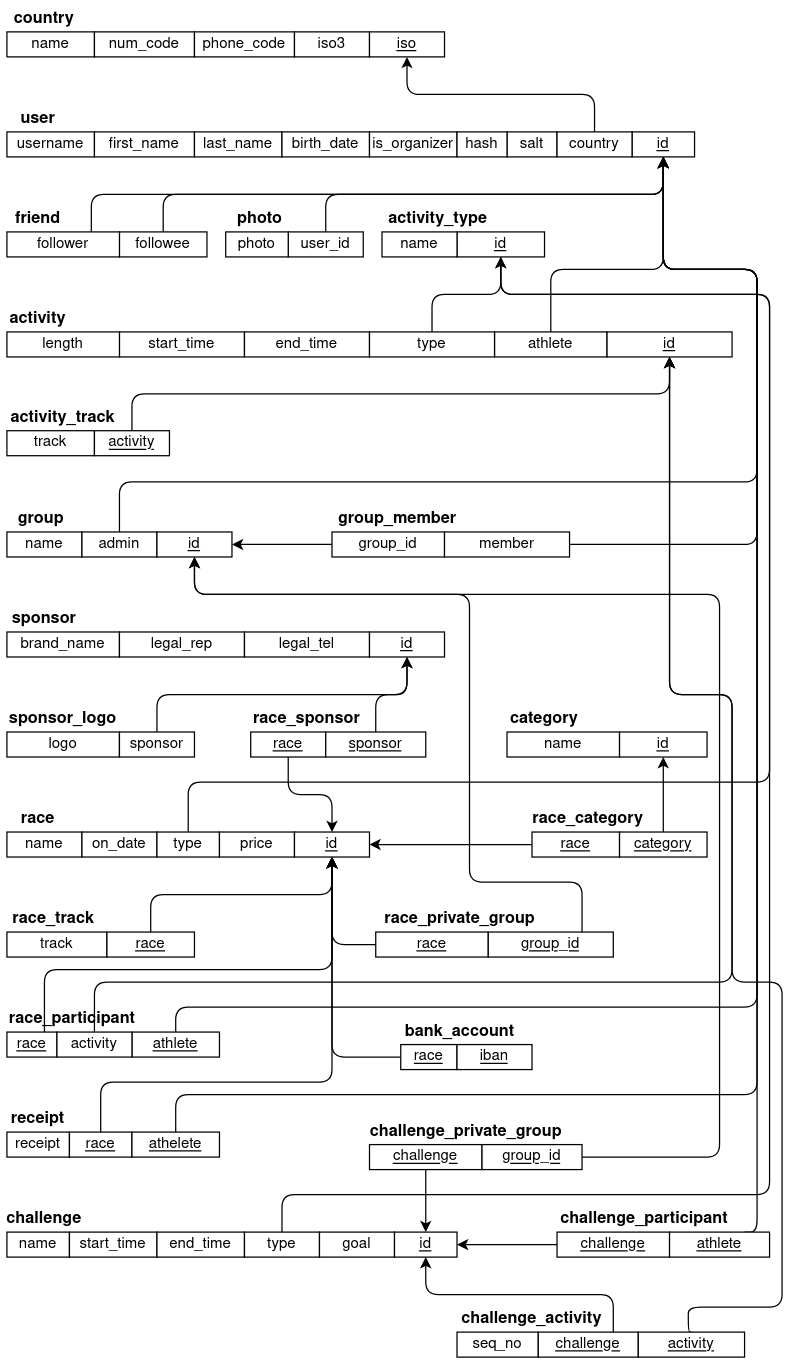
Earlier version of the draw.io export docs/imgs/diagramas-Relacional.png (itcr3442/CE3101-StraviaTec). Source tidied: cells renumbered, new cells last; positions are measured from the earlier drawing's top-left corner, leaving out a move shared by most shapes.
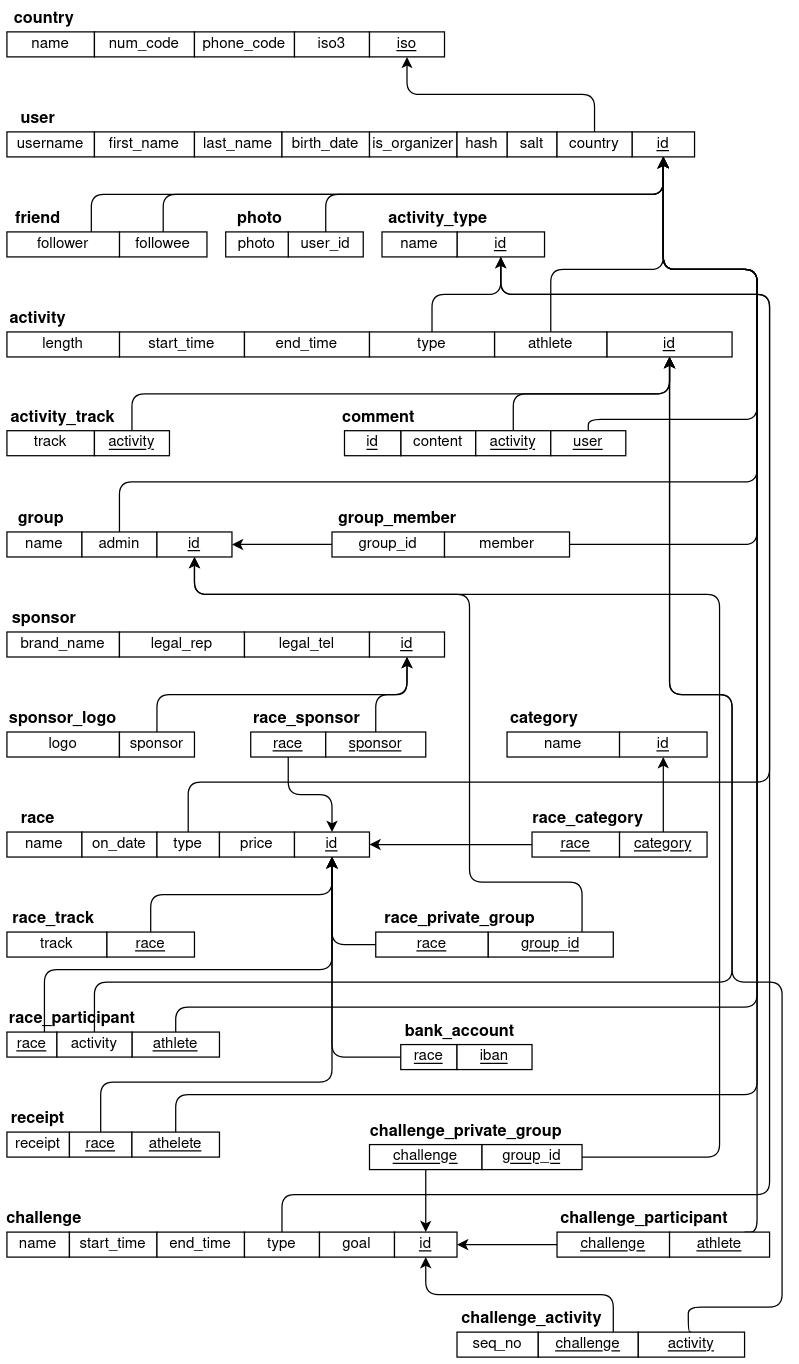
Later version of the same file.

What changed in the source:
```diff
@@ -487,5 +487,33 @@
     <mxCell id="132" value="&lt;font size=&quot;1&quot;&gt;&lt;b style=&quot;font-size: 13px&quot;&gt;challenge_activity&lt;/b&gt;&lt;/font&gt;" style="text;html=1;strokeColor=none;fillColor=none;align=center;verticalAlign=middle;whiteSpace=wrap;rounded=0;" parent="1" vertex="1">
       <mxGeometry x="360" y="1040" width="120" height="20" as="geometry" />
     </mxCell>
+    <mxCell id="133" value="content" style="rounded=0;whiteSpace=wrap;html=1;" parent="1" vertex="1">
+      <mxGeometry x="315" y="339" width="60" height="20" as="geometry" />
+    </mxCell>
+    <mxCell id="134" style="edgeStyle=orthogonalEdgeStyle;html=1;exitX=0.5;exitY=0;exitDx=0;exitDy=0;entryX=0.5;entryY=1;entryDx=0;entryDy=0;endArrow=classic;endFill=1;" parent="1" edge="1" source="135" target="23">
+      <mxGeometry relative="1" as="geometry" />
+    </mxCell>
+    <mxCell id="135" value="&lt;u&gt;activity&lt;/u&gt;" style="rounded=0;whiteSpace=wrap;html=1;" parent="1" vertex="1">
+      <mxGeometry x="375" y="339" width="60" height="20" as="geometry" />
+    </mxCell>
+    <mxCell id="136" style="edgeStyle=orthogonalEdgeStyle;html=1;exitX=0.5;exitY=0;exitDx=0;exitDy=0;entryX=0.5;entryY=1;entryDx=0;entryDy=0;endArrow=classic;endFill=1;" parent="1" edge="1" source="137" target="14">
+      <mxGeometry relative="1" as="geometry">
+        <Array as="points">
+          <mxPoint x="465" y="330" />
+          <mxPoint x="600" y="330" />
+          <mxPoint x="600" y="210" />
+          <mxPoint x="525" y="210" />
+        </Array>
+      </mxGeometry>
+    </mxCell>
+    <mxCell id="137" value="&lt;u&gt;user&lt;/u&gt;" style="rounded=0;whiteSpace=wrap;html=1;" parent="1" vertex="1">
+      <mxGeometry x="435" y="339" width="60" height="20" as="geometry" />
+    </mxCell>
+    <mxCell id="138" value="&lt;font size=&quot;1&quot;&gt;&lt;b style=&quot;font-size: 13px&quot;&gt;comment&lt;/b&gt;&lt;/font&gt;" style="text;html=1;strokeColor=none;fillColor=none;align=center;verticalAlign=middle;whiteSpace=wrap;rounded=0;" parent="1" vertex="1">
+      <mxGeometry x="270" y="319" width="55" height="20" as="geometry" />
+    </mxCell>
+    <mxCell id="139" value="&lt;u&gt;id&lt;/u&gt;" style="rounded=0;whiteSpace=wrap;html=1;" parent="1" vertex="1">
+      <mxGeometry x="270" y="339" width="45" height="20" as="geometry" />
+    </mxCell>
   </root>
 </mxGraphModel>
```
